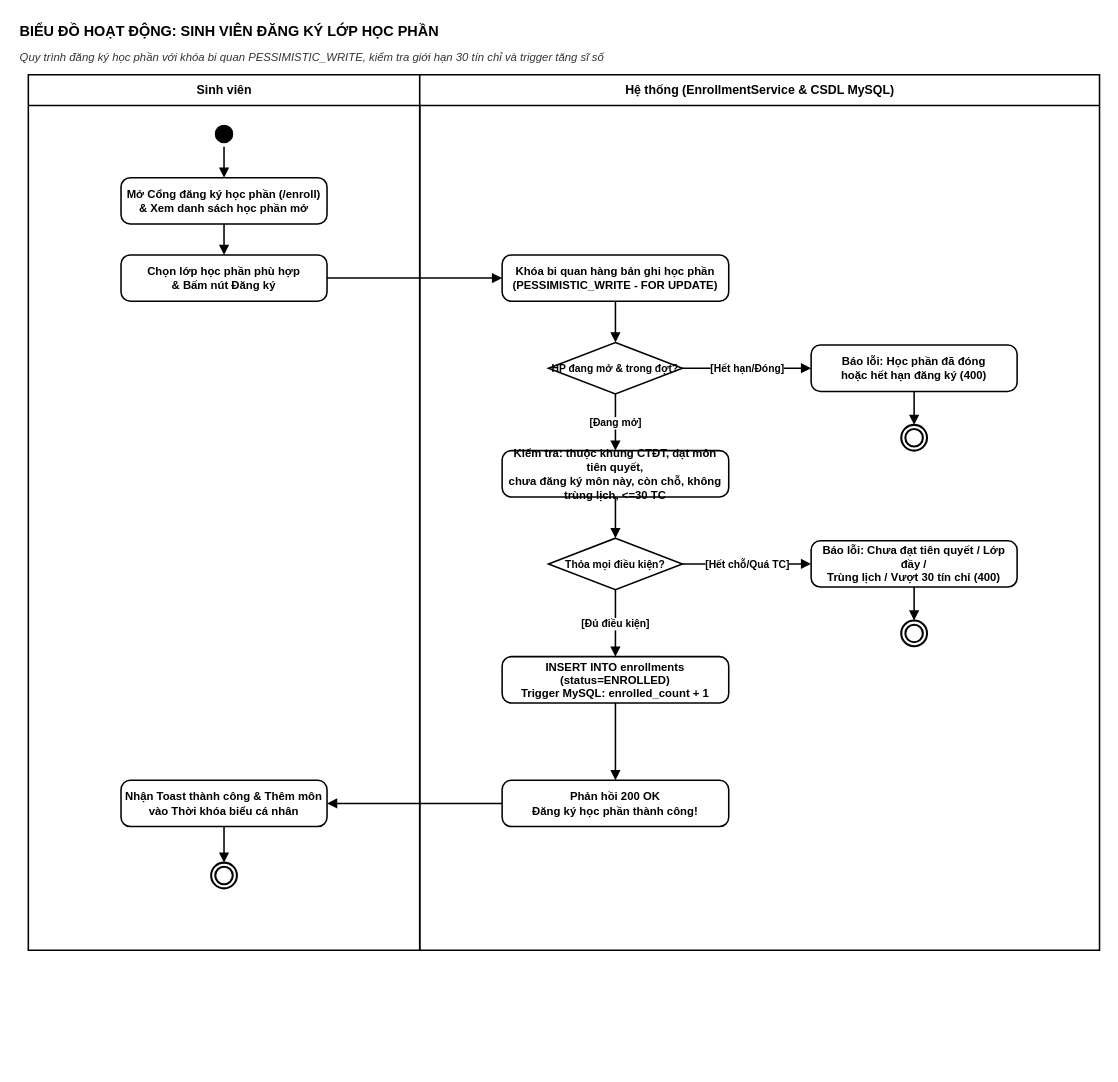
This is page "11. Đăng ký lớp Học phần" (11 of 23) of drawio/Activity_Diagrams.drawio from DevMarkie/DoAnChuyenNganh, a draw.io file, before an edit. Source tidied: cells renumbered, new cells numbered last; positions are measured from the earlier drawing's top-left corner, leaving out a move shared by most shapes. Both pictures are drawn from the tidied source at 103%, with x=0, y=0 at pixel (18, 18).
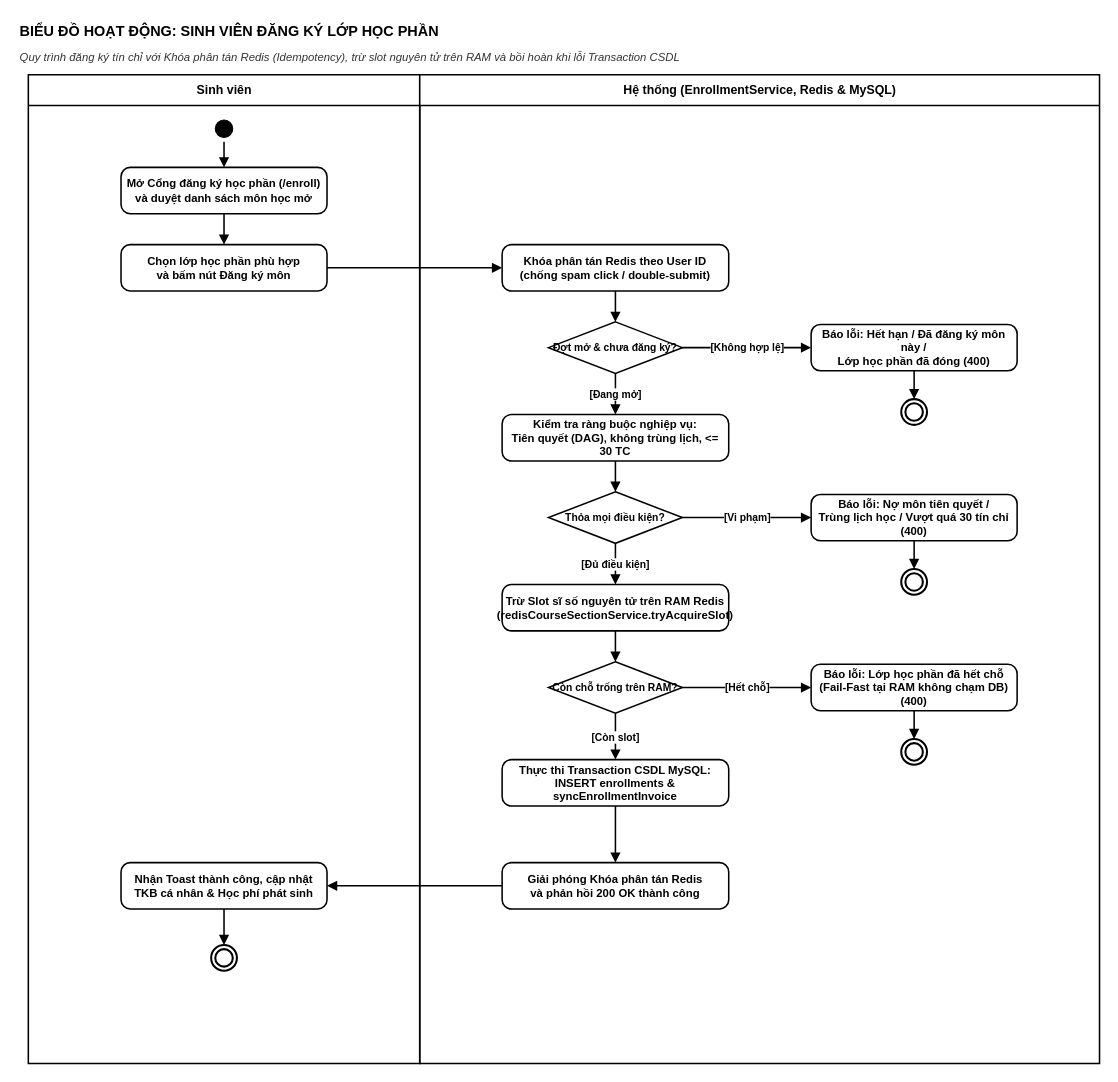
After the change.

Commit message (it also covers changes not shown here):
feat(ui,drawio): dong bo giao dien StaffsPage & GradeHistoryModal theo Design System va cap nhat tap lenh drawio

The edit, as a diff of the source:
```diff
@@
-    <mxCell id="3" value="Quy trình đăng ký học phần với khóa bi quan PESSIMISTIC_WRITE, kiểm tra giới hạn 30 tín chỉ và trigger tăng sĩ số" style="text;html=1;strokeColor=none;fillColor=none;align=left;verticalAlign=middle;whiteSpace=wrap;rounded=0;fontStyle=2;fontSize=11;fontColor=#333333;" parent="1" vertex="1">
+    <mxCell id="3" value="Quy trình đăng ký tín chỉ với Khóa phân tán Redis (Idempotency), trừ slot nguyên tử trên RAM và bồi hoàn khi lỗi Transaction CSDL" style="text;html=1;strokeColor=none;fillColor=none;align=left;verticalAlign=middle;whiteSpace=wrap;rounded=0;fontStyle=2;fontSize=11;fontColor=#333333;" parent="1" vertex="1">
       <mxGeometry y="28" width="950" height="20" as="geometry" />
     </mxCell>
     <mxCell id="4" value="Sinh viên" style="swimlane;html=1;fillColor=#ffffff;strokeColor=#000000;strokeWidth=1.5;fontStyle=1;fontSize=12;fontColor=#000000;startSize=30;" parent="1" vertex="1">
-      <mxGeometry x="10" y="55" width="380" height="850" as="geometry" />
+      <mxGeometry x="10" y="55" width="380" height="960" as="geometry" />
     </mxCell>
-    <mxCell id="5" value="Hệ thống (EnrollmentService &amp; CSDL MySQL)" style="swimlane;html=1;fillColor=#ffffff;strokeColor=#000000;strokeWidth=1.5;fontStyle=1;fontSize=12;fontColor=#000000;startSize=30;" parent="1" vertex="1">
-      <mxGeometry x="390" y="55" width="660" height="850" as="geometry" />
+    <mxCell id="5" value="Hệ thống (EnrollmentService, Redis &amp; MySQL)" style="swimlane;html=1;fillColor=#ffffff;strokeColor=#000000;strokeWidth=1.5;fontStyle=1;fontSize=12;fontColor=#000000;startSize=30;" parent="1" vertex="1">
+      <mxGeometry x="390" y="55" width="660" height="960" as="geometry" />
     </mxCell>
     <mxCell id="6" style="ellipse;html=1;shape=startState;fillColor=#000000;strokeColor=#000000;" parent="1" vertex="1">
-      <mxGeometry x="187.5" y="100" width="25" height="25" as="geometry" />
+      <mxGeometry x="187.5" y="95" width="25" height="25" as="geometry" />
     </mxCell>
-    <mxCell id="7" value="Mở Cổng đăng ký học phần (/enroll)&#10;&amp; Xem danh sách học phần mở" style="rounded=1;whiteSpace=wrap;html=1;arcSize=20;fillColor=#ffffff;strokeColor=#000000;strokeWidth=1.5;fontStyle=1;fontSize=11;fontColor=#000000;spacing=4;" parent="1" vertex="1">
-      <mxGeometry x="100" y="155" width="200" height="45" as="geometry" />
+    <mxCell id="7" value="Mở Cổng đăng ký học phần (/enroll)&#10;và duyệt danh sách môn học mở" style="rounded=1;whiteSpace=wrap;html=1;arcSize=20;fillColor=#ffffff;strokeColor=#000000;strokeWidth=1.5;fontStyle=1;fontSize=11;fontColor=#000000;spacing=4;" parent="1" vertex="1">
+      <mxGeometry x="100" y="145" width="200" height="45" as="geometry" />
     </mxCell>
-    <mxCell id="8" value="Chọn lớp học phần phù hợp&#10;&amp; Bấm nút Đăng ký" style="rounded=1;whiteSpace=wrap;html=1;arcSize=20;fillColor=#ffffff;strokeColor=#000000;strokeWidth=1.5;fontStyle=1;fontSize=11;fontColor=#000000;spacing=4;" parent="1" vertex="1">
-      <mxGeometry x="100" y="230" width="200" height="45" as="geometry" />
+    <mxCell id="8" value="Chọn lớp học phần phù hợp&#10;và bấm nút Đăng ký môn" style="rounded=1;whiteSpace=wrap;html=1;arcSize=20;fillColor=#ffffff;strokeColor=#000000;strokeWidth=1.5;fontStyle=1;fontSize=11;fontColor=#000000;spacing=4;" parent="1" vertex="1">
+      <mxGeometry x="100" y="220" width="200" height="45" as="geometry" />
     </mxCell>
-    <mxCell id="9" value="Nhận Toast thành công &amp; Thêm môn&#10;vào Thời khóa biểu cá nhân" style="rounded=1;whiteSpace=wrap;html=1;arcSize=20;fillColor=#ffffff;strokeColor=#000000;strokeWidth=1.5;fontStyle=1;fontSize=11;fontColor=#000000;spacing=4;" parent="1" vertex="1">
-      <mxGeometry x="100" y="740" width="200" height="45" as="geometry" />
+    <mxCell id="9" value="Nhận Toast thành công, cập nhật&#10;TKB cá nhân &amp; Học phí phát sinh" style="rounded=1;whiteSpace=wrap;html=1;arcSize=20;fillColor=#ffffff;strokeColor=#000000;strokeWidth=1.5;fontStyle=1;fontSize=11;fontColor=#000000;spacing=4;" parent="1" vertex="1">
+      <mxGeometry x="100" y="820" width="200" height="45" as="geometry" />
     </mxCell>
     <mxCell id="10" style="ellipse;html=1;shape=endState;fillColor=#ffffff;strokeColor=#000000;strokeWidth=2;" parent="1" vertex="1">
-      <mxGeometry x="187.5" y="820" width="25" height="25" as="geometry" />
+      <mxGeometry x="187.5" y="900" width="25" height="25" as="geometry" />
     </mxCell>
-    <mxCell id="11" value="Khóa bi quan hàng bản ghi học phần&#10;(PESSIMISTIC_WRITE - FOR UPDATE)" style="rounded=1;whiteSpace=wrap;html=1;arcSize=20;fillColor=#ffffff;strokeColor=#000000;strokeWidth=1.5;fontStyle=1;fontSize=11;fontColor=#000000;spacing=4;" parent="1" vertex="1">
-      <mxGeometry x="470" y="230" width="220" height="45" as="geometry" />
-    </mxCell>
+    <mxCell id="35" value="Khóa phân tán Redis theo User ID&#10;(chống spam click / double-submit)" style="rounded=1;whiteSpace=wrap;html=1;arcSize=20;fillColor=#ffffff;strokeColor=#000000;strokeWidth=1.5;fontStyle=1;fontSize=11;fontColor=#000000;spacing=4;" parent="1" vertex="1">
+      <mxGeometry x="470" y="220" width="220" height="45" as="geometry" />
+    </mxCell>
-    <mxCell id="12" value="HP đang mở &amp; trong đợt?" style="rhombus;whiteSpace=wrap;html=1;fillColor=#ffffff;strokeColor=#000000;strokeWidth=1.5;fontStyle=1;fontSize=10;fontColor=#000000;spacing=2;" parent="1" vertex="1">
-      <mxGeometry x="515" y="315" width="130" height="50" as="geometry" />
+    <mxCell id="12" value="Đợt mở &amp; chưa đăng ký?" style="rhombus;whiteSpace=wrap;html=1;fillColor=#ffffff;strokeColor=#000000;strokeWidth=1.5;fontStyle=1;fontSize=10;fontColor=#000000;spacing=2;" parent="1" vertex="1">
+      <mxGeometry x="515" y="295" width="130" height="50" as="geometry" />
     </mxCell>
-    <mxCell id="13" value="Báo lỗi: Học phần đã đóng&#10;hoặc hết hạn đăng ký (400)" style="rounded=1;whiteSpace=wrap;html=1;arcSize=20;fillColor=#ffffff;strokeColor=#000000;strokeWidth=1.5;fontStyle=1;fontSize=11;fontColor=#000000;spacing=4;" parent="1" vertex="1">
-      <mxGeometry x="770" y="317.5" width="200" height="45" as="geometry" />
+    <mxCell id="13" value="Báo lỗi: Hết hạn / Đã đăng ký môn này /&#10;Lớp học phần đã đóng (400)" style="rounded=1;whiteSpace=wrap;html=1;arcSize=20;fillColor=#ffffff;strokeColor=#000000;strokeWidth=1.5;fontStyle=1;fontSize=11;fontColor=#000000;spacing=4;" parent="1" vertex="1">
+      <mxGeometry x="770" y="297.5" width="200" height="45" as="geometry" />
     </mxCell>
     <mxCell id="14" style="ellipse;html=1;shape=endState;fillColor=#ffffff;strokeColor=#000000;strokeWidth=2;" parent="1" vertex="1">
-      <mxGeometry x="857.5" y="395" width="25" height="25" as="geometry" />
+      <mxGeometry x="857.5" y="370" width="25" height="25" as="geometry" />
     </mxCell>
-    <mxCell id="15" value="Kiểm tra: thuộc khung CTĐT, đạt môn tiên quyết,&#10;chưa đăng ký môn này, còn chỗ, không trùng lịch, &lt;=30 TC" style="rounded=1;whiteSpace=wrap;html=1;arcSize=20;fillColor=#ffffff;strokeColor=#000000;strokeWidth=1.5;fontStyle=1;fontSize=11;fontColor=#000000;spacing=4;" parent="1" vertex="1">
-      <mxGeometry x="470" y="420" width="220" height="45" as="geometry" />
+    <mxCell id="15" value="Kiểm tra ràng buộc nghiệp vụ:&#10;Tiên quyết (DAG), không trùng lịch, &lt;= 30 TC" style="rounded=1;whiteSpace=wrap;html=1;arcSize=20;fillColor=#ffffff;strokeColor=#000000;strokeWidth=1.5;fontStyle=1;fontSize=11;fontColor=#000000;spacing=4;" parent="1" vertex="1">
+      <mxGeometry x="470" y="385" width="220" height="45" as="geometry" />
     </mxCell>
     <mxCell id="16" value="Thỏa mọi điều kiện?" style="rhombus;whiteSpace=wrap;html=1;fillColor=#ffffff;strokeColor=#000000;strokeWidth=1.5;fontStyle=1;fontSize=10;fontColor=#000000;spacing=2;" parent="1" vertex="1">
-      <mxGeometry x="515" y="505" width="130" height="50" as="geometry" />
+      <mxGeometry x="515" y="460" width="130" height="50" as="geometry" />
     </mxCell>
-    <mxCell id="17" value="Báo lỗi: Chưa đạt tiên quyết / Lớp đầy /&#10;Trùng lịch / Vượt 30 tín chỉ (400)" style="rounded=1;whiteSpace=wrap;html=1;arcSize=20;fillColor=#ffffff;strokeColor=#000000;strokeWidth=1.5;fontStyle=1;fontSize=11;fontColor=#000000;spacing=4;" parent="1" vertex="1">
-      <mxGeometry x="770" y="507.5" width="200" height="45" as="geometry" />
+    <mxCell id="17" value="Báo lỗi: Nợ môn tiên quyết /&#10;Trùng lịch học / Vượt quá 30 tín chỉ (400)" style="rounded=1;whiteSpace=wrap;html=1;arcSize=20;fillColor=#ffffff;strokeColor=#000000;strokeWidth=1.5;fontStyle=1;fontSize=11;fontColor=#000000;spacing=4;" parent="1" vertex="1">
+      <mxGeometry x="770" y="462.5" width="200" height="45" as="geometry" />
     </mxCell>
     <mxCell id="18" style="ellipse;html=1;shape=endState;fillColor=#ffffff;strokeColor=#000000;strokeWidth=2;" parent="1" vertex="1">
-      <mxGeometry x="857.5" y="585" width="25" height="25" as="geometry" />
+      <mxGeometry x="857.5" y="535" width="25" height="25" as="geometry" />
     </mxCell>
-    <mxCell id="19" value="INSERT INTO enrollments (status=ENROLLED)&#10;Trigger MySQL: enrolled_count + 1" style="rounded=1;whiteSpace=wrap;html=1;arcSize=20;fillColor=#ffffff;strokeColor=#000000;strokeWidth=1.5;fontStyle=1;fontSize=11;fontColor=#000000;spacing=4;" parent="1" vertex="1">
-      <mxGeometry x="470" y="620" width="220" height="45" as="geometry" />
-    </mxCell>
-    <mxCell id="20" value="Phản hồi 200 OK&#10;Đăng ký học phần thành công!" style="rounded=1;whiteSpace=wrap;html=1;arcSize=20;fillColor=#ffffff;strokeColor=#000000;strokeWidth=1.5;fontStyle=1;fontSize=11;fontColor=#000000;spacing=4;" parent="1" vertex="1">
-      <mxGeometry x="470" y="740" width="220" height="45" as="geometry" />
-    </mxCell>
+    <mxCell id="36" value="Trừ Slot sĩ số nguyên tử trên RAM Redis&#10;(redisCourseSectionService.tryAcquireSlot)" style="rounded=1;whiteSpace=wrap;html=1;arcSize=20;fillColor=#ffffff;strokeColor=#000000;strokeWidth=1.5;fontStyle=1;fontSize=11;fontColor=#000000;spacing=4;" parent="1" vertex="1">
+      <mxGeometry x="470" y="550" width="220" height="45" as="geometry" />
+    </mxCell>
+    <mxCell id="37" value="Còn chỗ trống trên RAM?" style="rhombus;whiteSpace=wrap;html=1;fillColor=#ffffff;strokeColor=#000000;strokeWidth=1.5;fontStyle=1;fontSize=10;fontColor=#000000;spacing=2;" parent="1" vertex="1">
+      <mxGeometry x="515" y="625" width="130" height="50" as="geometry" />
+    </mxCell>
+    <mxCell id="38" value="Báo lỗi: Lớp học phần đã hết chỗ&#10;(Fail-Fast tại RAM không chạm DB) (400)" style="rounded=1;whiteSpace=wrap;html=1;arcSize=20;fillColor=#ffffff;strokeColor=#000000;strokeWidth=1.5;fontStyle=1;fontSize=11;fontColor=#000000;spacing=4;" parent="1" vertex="1">
+      <mxGeometry x="770" y="627.5" width="200" height="45" as="geometry" />
+    </mxCell>
+    <mxCell id="39" style="ellipse;html=1;shape=endState;fillColor=#ffffff;strokeColor=#000000;strokeWidth=2;" parent="1" vertex="1">
+      <mxGeometry x="857.5" y="700" width="25" height="25" as="geometry" />
+    </mxCell>
+    <mxCell id="40" value="Thực thi Transaction CSDL MySQL:&#10;INSERT enrollments &amp; syncEnrollmentInvoice" style="rounded=1;whiteSpace=wrap;html=1;arcSize=20;fillColor=#ffffff;strokeColor=#000000;strokeWidth=1.5;fontStyle=1;fontSize=11;fontColor=#000000;spacing=4;" parent="1" vertex="1">
+      <mxGeometry x="470" y="720" width="220" height="45" as="geometry" />
+    </mxCell>
+    <mxCell id="41" value="Giải phóng Khóa phân tán Redis&#10;và phản hồi 200 OK thành công" style="rounded=1;whiteSpace=wrap;html=1;arcSize=20;fillColor=#ffffff;strokeColor=#000000;strokeWidth=1.5;fontStyle=1;fontSize=11;fontColor=#000000;spacing=4;" parent="1" vertex="1">
+      <mxGeometry x="470" y="820" width="220" height="45" as="geometry" />
+    </mxCell>
@@
-    <mxCell id="23" style="edgeStyle=orthogonalEdgeStyle;rounded=0;jettySize=auto;html=1;endArrow=block;strokeColor=#000000;strokeWidth=1.5;labelBackgroundColor=#ffffff;labelBorderColor=none;fillColor=none;fontColor=#000000;fontSize=10;fontStyle=1;" parent="1" edge="1" source="8" target="11">
+    <mxCell id="23" style="edgeStyle=orthogonalEdgeStyle;rounded=0;jettySize=auto;html=1;endArrow=block;strokeColor=#000000;strokeWidth=1.5;labelBackgroundColor=#ffffff;labelBorderColor=none;fillColor=none;fontColor=#000000;fontSize=10;fontStyle=1;" parent="1" edge="1" source="8" target="35">
       <mxGeometry relative="1" as="geometry" />
     </mxCell>
-    <mxCell id="24" style="edgeStyle=orthogonalEdgeStyle;rounded=0;jettySize=auto;html=1;endArrow=block;strokeColor=#000000;strokeWidth=1.5;labelBackgroundColor=#ffffff;labelBorderColor=none;fillColor=none;fontColor=#000000;fontSize=10;fontStyle=1;" parent="1" edge="1" source="11" target="12">
+    <mxCell id="24" style="edgeStyle=orthogonalEdgeStyle;rounded=0;jettySize=auto;html=1;endArrow=block;strokeColor=#000000;strokeWidth=1.5;labelBackgroundColor=#ffffff;labelBorderColor=none;fillColor=none;fontColor=#000000;fontSize=10;fontStyle=1;" parent="1" edge="1" source="35" target="12">
       <mxGeometry relative="1" as="geometry" />
     </mxCell>
-    <mxCell id="25" value="[Hết hạn/Đóng]" style="edgeStyle=orthogonalEdgeStyle;rounded=0;jettySize=auto;html=1;endArrow=block;strokeColor=#000000;strokeWidth=1.5;labelBackgroundColor=#ffffff;labelBorderColor=none;fillColor=none;fontColor=#000000;fontSize=10;fontStyle=1;" parent="1" edge="1" source="12" target="13">
+    <mxCell id="25" value="[Không hợp lệ]" style="edgeStyle=orthogonalEdgeStyle;rounded=0;jettySize=auto;html=1;endArrow=block;strokeColor=#000000;strokeWidth=1.5;labelBackgroundColor=#ffffff;labelBorderColor=none;fillColor=none;fontColor=#000000;fontSize=10;fontStyle=1;" parent="1" edge="1" source="12" target="13">
       <mxGeometry relative="1" as="geometry" />
     </mxCell>
@@
-    <mxCell id="29" value="[Hết chỗ/Quá TC]" style="edgeStyle=orthogonalEdgeStyle;rounded=0;jettySize=auto;html=1;endArrow=block;strokeColor=#000000;strokeWidth=1.5;labelBackgroundColor=#ffffff;labelBorderColor=none;fillColor=none;fontColor=#000000;fontSize=10;fontStyle=1;" parent="1" edge="1" source="16" target="17">
+    <mxCell id="29" value="[Vi phạm]" style="edgeStyle=orthogonalEdgeStyle;rounded=0;jettySize=auto;html=1;endArrow=block;strokeColor=#000000;strokeWidth=1.5;labelBackgroundColor=#ffffff;labelBorderColor=none;fillColor=none;fontColor=#000000;fontSize=10;fontStyle=1;" parent="1" edge="1" source="16" target="17">
       <mxGeometry relative="1" as="geometry" />
     </mxCell>
@@
-    <mxCell id="31" value="[Đủ điều kiện]" style="edgeStyle=orthogonalEdgeStyle;rounded=0;jettySize=auto;html=1;endArrow=block;strokeColor=#000000;strokeWidth=1.5;labelBackgroundColor=#ffffff;labelBorderColor=none;fillColor=none;fontColor=#000000;fontSize=10;fontStyle=1;" parent="1" edge="1" source="16" target="19">
+    <mxCell id="31" value="[Đủ điều kiện]" style="edgeStyle=orthogonalEdgeStyle;rounded=0;jettySize=auto;html=1;endArrow=block;strokeColor=#000000;strokeWidth=1.5;labelBackgroundColor=#ffffff;labelBorderColor=none;fillColor=none;fontColor=#000000;fontSize=10;fontStyle=1;" parent="1" edge="1" source="16" target="36">
       <mxGeometry relative="1" as="geometry" />
     </mxCell>
-    <mxCell id="32" style="edgeStyle=orthogonalEdgeStyle;rounded=0;jettySize=auto;html=1;endArrow=block;strokeColor=#000000;strokeWidth=1.5;labelBackgroundColor=#ffffff;labelBorderColor=none;fillColor=none;fontColor=#000000;fontSize=10;fontStyle=1;" parent="1" edge="1" source="19" target="20">
+    <mxCell id="32" style="edgeStyle=orthogonalEdgeStyle;rounded=0;jettySize=auto;html=1;endArrow=block;strokeColor=#000000;strokeWidth=1.5;labelBackgroundColor=#ffffff;labelBorderColor=none;fillColor=none;fontColor=#000000;fontSize=10;fontStyle=1;" parent="1" edge="1" source="36" target="37">
       <mxGeometry relative="1" as="geometry" />
     </mxCell>
+    <mxCell id="42" value="[Hết chỗ]" style="edgeStyle=orthogonalEdgeStyle;rounded=0;jettySize=auto;html=1;endArrow=block;strokeColor=#000000;strokeWidth=1.5;labelBackgroundColor=#ffffff;labelBorderColor=none;fillColor=none;fontColor=#000000;fontSize=10;fontStyle=1;" parent="1" edge="1" source="37" target="38">
+      <mxGeometry relative="1" as="geometry" />
+    </mxCell>
+    <mxCell id="43" style="edgeStyle=orthogonalEdgeStyle;rounded=0;jettySize=auto;html=1;endArrow=block;strokeColor=#000000;strokeWidth=1.5;labelBackgroundColor=#ffffff;labelBorderColor=none;fillColor=none;fontColor=#000000;fontSize=10;fontStyle=1;" parent="1" edge="1" source="38" target="39">
+      <mxGeometry relative="1" as="geometry" />
+    </mxCell>
+    <mxCell id="44" value="[Còn slot]" style="edgeStyle=orthogonalEdgeStyle;rounded=0;jettySize=auto;html=1;endArrow=block;strokeColor=#000000;strokeWidth=1.5;labelBackgroundColor=#ffffff;labelBorderColor=none;fillColor=none;fontColor=#000000;fontSize=10;fontStyle=1;" parent="1" edge="1" source="37" target="40">
+      <mxGeometry relative="1" as="geometry" />
+    </mxCell>
-    <mxCell id="33" style="edgeStyle=orthogonalEdgeStyle;rounded=0;jettySize=auto;html=1;endArrow=block;strokeColor=#000000;strokeWidth=1.5;labelBackgroundColor=#ffffff;labelBorderColor=none;fillColor=none;fontColor=#000000;fontSize=10;fontStyle=1;" parent="1" edge="1" source="20" target="9">
+    <mxCell id="33" style="edgeStyle=orthogonalEdgeStyle;rounded=0;jettySize=auto;html=1;endArrow=block;strokeColor=#000000;strokeWidth=1.5;labelBackgroundColor=#ffffff;labelBorderColor=none;fillColor=none;fontColor=#000000;fontSize=10;fontStyle=1;" parent="1" edge="1" source="40" target="41">
       <mxGeometry relative="1" as="geometry" />
     </mxCell>
-    <mxCell id="34" style="edgeStyle=orthogonalEdgeStyle;rounded=0;jettySize=auto;html=1;endArrow=block;strokeColor=#000000;strokeWidth=1.5;labelBackgroundColor=#ffffff;labelBorderColor=none;fillColor=none;fontColor=#000000;fontSize=10;fontStyle=1;" parent="1" edge="1" source="9" target="10">
+    <mxCell id="34" style="edgeStyle=orthogonalEdgeStyle;rounded=0;jettySize=auto;html=1;endArrow=block;strokeColor=#000000;strokeWidth=1.5;labelBackgroundColor=#ffffff;labelBorderColor=none;fillColor=none;fontColor=#000000;fontSize=10;fontStyle=1;" parent="1" edge="1" source="41" target="9">
       <mxGeometry relative="1" as="geometry" />
     </mxCell>
+    <mxCell id="45" style="edgeStyle=orthogonalEdgeStyle;rounded=0;jettySize=auto;html=1;endArrow=block;strokeColor=#000000;strokeWidth=1.5;labelBackgroundColor=#ffffff;labelBorderColor=none;fillColor=none;fontColor=#000000;fontSize=10;fontStyle=1;" parent="1" edge="1" source="9" target="10">
+      <mxGeometry relative="1" as="geometry" />
+    </mxCell>
```
